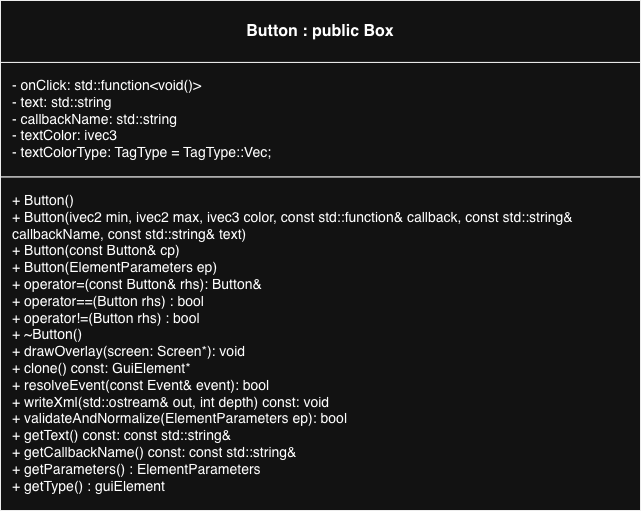
Before: images/Button_UML.png, a diagram exported from draw.io (cgreen2048/ArtHuddle). Source tidied: cells renumbered, new cells last; positions are measured from the earlier drawing's top-left corner, leaving out a move shared by most shapes.
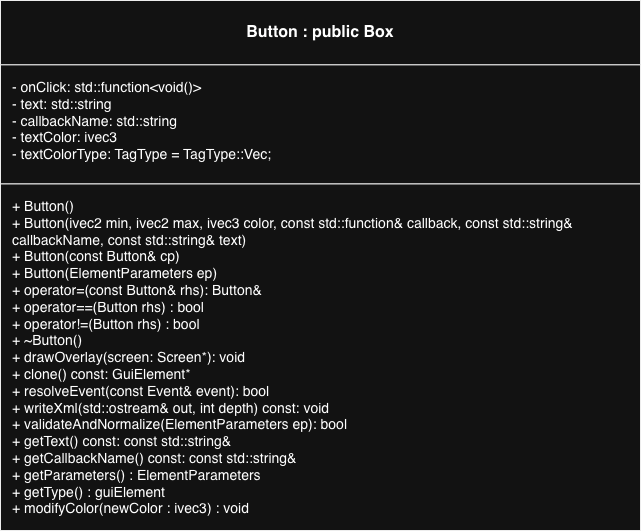
The same file after the commit.

What changed in the source:
```diff
@@ -3,16 +3,16 @@
     <mxCell id="0" />
     <mxCell id="1" parent="0" />
     <mxCell id="2" style="shape=rectangle;whiteSpace=wrap;html=1;rounded=0;strokeColor=#000000;fillColor=#ffffff;" parent="1" vertex="1">
-      <mxGeometry width="640" height="510" as="geometry" />
+      <mxGeometry width="640" height="530" as="geometry" />
     </mxCell>
     <mxCell id="3" value="&lt;b&gt;Button : public Box&lt;/b&gt;" style="shape=rectangle;whiteSpace=wrap;html=1;rounded=0;strokeColor=#000000;fillColor=#ffffff;align=center;verticalAlign=middle;fontStyle=1;fontSize=16;" parent="2" vertex="1">
-      <mxGeometry width="640" height="61.9" as="geometry" />
+      <mxGeometry width="640" height="64.4" as="geometry" />
     </mxCell>
     <mxCell id="4" value="- onClick: std::function&amp;lt;void()&amp;gt;&lt;br&gt;- text: std::string&lt;div&gt;- callbackName:&amp;nbsp;&lt;span style=&quot;background-color: transparent; color: light-dark(rgb(0, 0, 0), rgb(255, 255, 255));&quot;&gt;std::string&lt;/span&gt;&lt;/div&gt;&lt;div&gt;&lt;span style=&quot;background-color: transparent; color: light-dark(rgb(0, 0, 0), rgb(255, 255, 255));&quot;&gt;- textColor: ivec3&lt;/span&gt;&lt;/div&gt;&lt;div&gt;&lt;span style=&quot;background-color: transparent; color: light-dark(rgb(0, 0, 0), rgb(255, 255, 255));&quot;&gt;- textColorType: TagType = TagType::Vec;&lt;/span&gt;&lt;/div&gt;" style="shape=rectangle;whiteSpace=wrap;html=1;rounded=0;strokeColor=#000000;fillColor=#ffffff;align=left;verticalAlign=top;spacingLeft=10;spacingTop=8;fontSize=14;" parent="2" vertex="1">
-      <mxGeometry y="61.9" width="640" height="114.6" as="geometry" />
+      <mxGeometry y="64.4" width="640" height="119.1" as="geometry" />
     </mxCell>
-    <mxCell id="5" value="+ Button()&lt;br&gt;+ Button(ivec2 min, ivec2 max, ivec3 color, const std::function&amp;amp; callback, const std::string&amp;amp; callbackName, const std::string&amp;amp; text)&lt;br&gt;+ Button(const Button&amp;amp; cp)&lt;div&gt;+&amp;nbsp;Button(ElementParameters ep)&lt;br&gt;+ operator=(const Button&amp;amp; rhs): Button&amp;amp;&lt;/div&gt;&lt;div&gt;+&amp;nbsp;&lt;span style=&quot;background-color: transparent;&quot;&gt;operator==(Button rhs) : bool&lt;/span&gt;&lt;/div&gt;&lt;div&gt;&lt;span style=&quot;background-color: transparent; color: light-dark(rgb(0, 0, 0), rgb(255, 255, 255));&quot;&gt;+ operator!=(Button rhs) : bool&lt;/span&gt;&lt;span style=&quot;background-color: transparent;&quot;&gt;&lt;br&gt;&lt;/span&gt;+ ~Button()&lt;/div&gt;&lt;div&gt;+ drawOverlay(screen: Screen*): void&lt;/div&gt;&lt;div&gt;+ clone() const: GuiElement*&lt;br&gt;+ resolveEvent(const Event&amp;amp; event): bool&lt;br&gt;+ writeXml(std::ostream&amp;amp; out, int depth) const: void&lt;/div&gt;&lt;div&gt;+ validateAndNormalize(ElementParameters ep): bool&lt;/div&gt;&lt;div&gt;+&amp;nbsp;getText() const:&amp;nbsp;const std::string&amp;amp;&lt;/div&gt;&lt;div&gt;+&amp;nbsp;getCallbackName() const:&amp;nbsp;const std::string&amp;amp;&lt;/div&gt;&lt;div&gt;+ getParameters() : ElementParameters&lt;/div&gt;&lt;div&gt;+ getType() : guiElement&lt;/div&gt;" style="shape=rectangle;whiteSpace=wrap;html=1;rounded=0;strokeColor=#000000;fillColor=#ffffff;align=left;verticalAlign=top;spacingLeft=10;spacingTop=8;fontSize=14;" parent="2" vertex="1">
-      <mxGeometry y="176.5" width="640" height="333.5" as="geometry" />
+    <mxCell id="5" value="+ Button()&lt;br&gt;+ Button(ivec2 min, ivec2 max, ivec3 color, const std::function&amp;amp; callback, const std::string&amp;amp; callbackName, const std::string&amp;amp; text)&lt;br&gt;+ Button(const Button&amp;amp; cp)&lt;div&gt;+&amp;nbsp;Button(ElementParameters ep)&lt;br&gt;+ operator=(const Button&amp;amp; rhs): Button&amp;amp;&lt;/div&gt;&lt;div&gt;+&amp;nbsp;&lt;span style=&quot;background-color: transparent;&quot;&gt;operator==(Button rhs) : bool&lt;/span&gt;&lt;/div&gt;&lt;div&gt;&lt;span style=&quot;background-color: transparent; color: light-dark(rgb(0, 0, 0), rgb(255, 255, 255));&quot;&gt;+ operator!=(Button rhs) : bool&lt;/span&gt;&lt;span style=&quot;background-color: transparent;&quot;&gt;&lt;br&gt;&lt;/span&gt;+ ~Button()&lt;/div&gt;&lt;div&gt;+ drawOverlay(screen: Screen*): void&lt;/div&gt;&lt;div&gt;+ clone() const: GuiElement*&lt;br&gt;+ resolveEvent(const Event&amp;amp; event): bool&lt;br&gt;+ writeXml(std::ostream&amp;amp; out, int depth) const: void&lt;/div&gt;&lt;div&gt;+ validateAndNormalize(ElementParameters ep): bool&lt;/div&gt;&lt;div&gt;+&amp;nbsp;getText() const:&amp;nbsp;const std::string&amp;amp;&lt;/div&gt;&lt;div&gt;+&amp;nbsp;getCallbackName() const:&amp;nbsp;const std::string&amp;amp;&lt;/div&gt;&lt;div&gt;+ getParameters() : ElementParameters&lt;/div&gt;&lt;div&gt;+ getType() : guiElement&lt;/div&gt;&lt;div&gt;&lt;div&gt;+ modifyColor(newColor : ivec3) : void&lt;/div&gt;&lt;/div&gt;" style="shape=rectangle;whiteSpace=wrap;html=1;rounded=0;strokeColor=#000000;fillColor=#ffffff;align=left;verticalAlign=top;spacingLeft=10;spacingTop=8;fontSize=14;" parent="2" vertex="1">
+      <mxGeometry y="183.5" width="640" height="346.5" as="geometry" />
     </mxCell>
   </root>
 </mxGraphModel>
```
